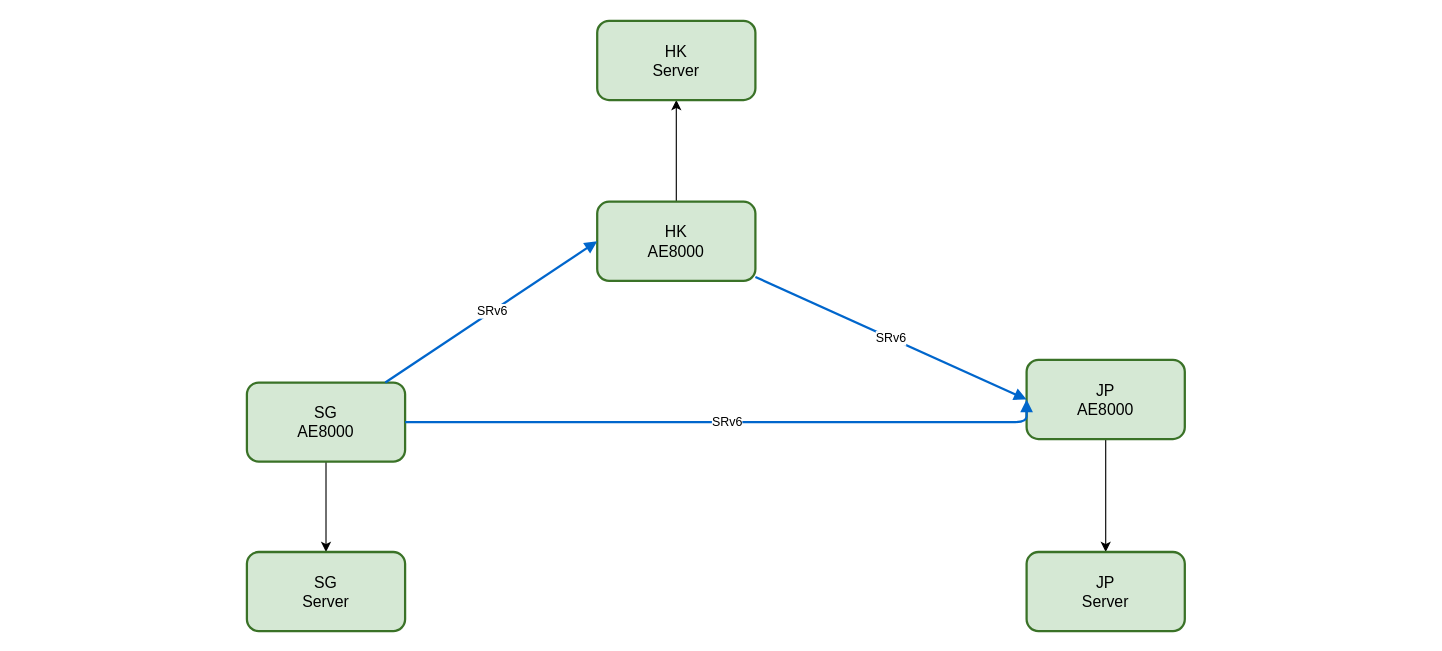
The draw.io diagram page "infra" (1 of 6) of arc.drawio in seansuming/ags-sdn-arc, before the edit. Source tidied: cells renumbered, new cells numbered last; positions are measured from the earlier drawing's top-left corner, leaving out a move shared by most shapes. Both pictures are drawn from the tidied source at 113%, with x=0, y=0 at pixel (246, 20).
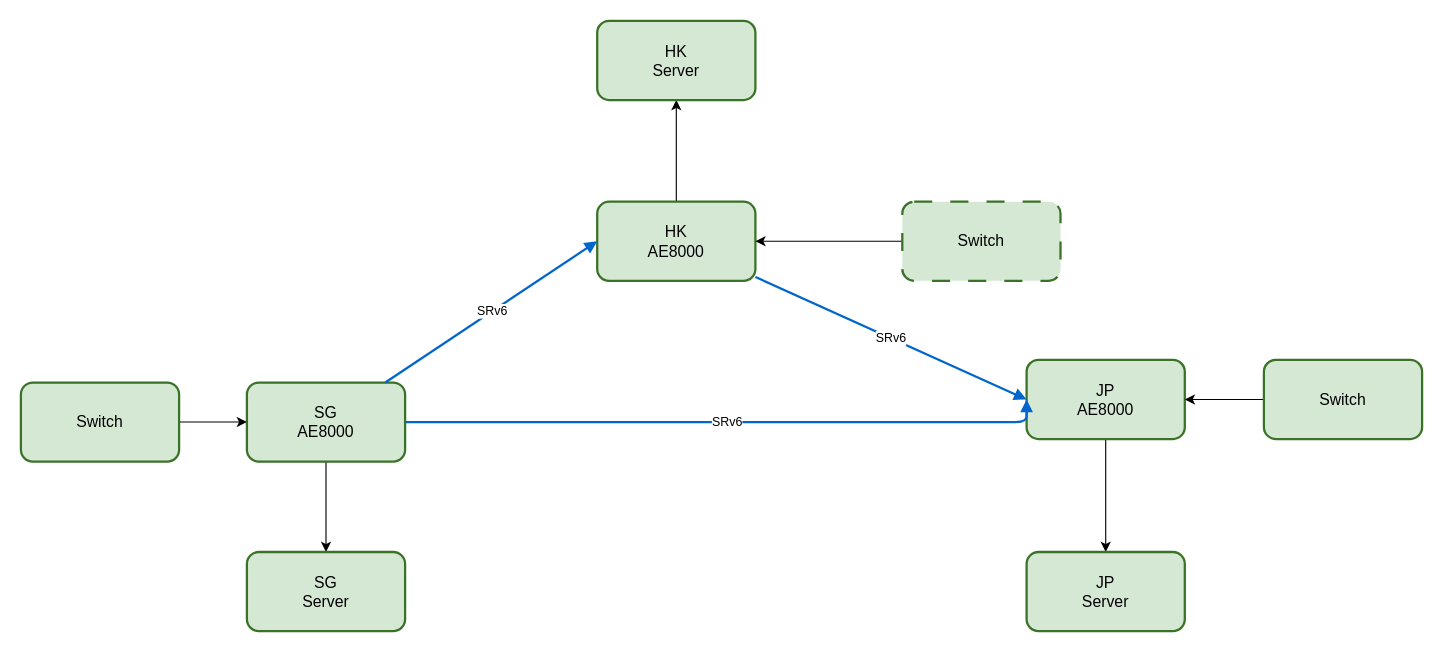
The same page after the edit.

The change refers to these unchanged cells:
```xml
<mxCell id="3" value="SG&lt;br&gt;AE8000" style="rounded=1;whiteSpace=wrap;html=1;fillColor=#d5e8d4;strokeColor=#3a7227;strokeWidth=2;fontSize=14;" parent="1" vertex="1">
  <mxGeometry y="320" width="140" height="70" as="geometry" />
</mxCell>
<mxCell id="5" value="HK&lt;div&gt;AE8000&lt;/div&gt;" style="rounded=1;whiteSpace=wrap;html=1;fillColor=#d5e8d4;strokeColor=#3a7227;strokeWidth=2;fontSize=14;" parent="1" vertex="1">
  <mxGeometry x="310" y="160" width="140" height="70" as="geometry" />
</mxCell>
<mxCell id="7" value="JP&lt;div&gt;AE8000&lt;/div&gt;" style="rounded=1;whiteSpace=wrap;html=1;fillColor=#d5e8d4;strokeColor=#3a7227;strokeWidth=2;fontSize=14;" parent="1" vertex="1">
  <mxGeometry x="690" y="300" width="140" height="70" as="geometry" />
</mxCell>
```

Change to the diagram source:
```diff
@@
+    <mxCell id="14" style="edgeStyle=orthogonalEdgeStyle;rounded=0;jettySize=auto;html=1;" parent="1" edge="1" source="15" target="3">
+      <mxGeometry relative="1" as="geometry" />
+    </mxCell>
+    <mxCell id="15" value="Switch" style="rounded=1;whiteSpace=wrap;html=1;fillColor=#d5e8d4;strokeColor=#3a7227;strokeWidth=2;fontSize=14;" parent="1" vertex="1">
+      <mxGeometry x="-200" y="320" width="140" height="70" as="geometry" />
+    </mxCell>
+    <mxCell id="16" style="edgeStyle=orthogonalEdgeStyle;rounded=0;jettySize=auto;html=1;" parent="1" edge="1" source="17" target="7">
+      <mxGeometry relative="1" as="geometry" />
+    </mxCell>
+    <mxCell id="17" value="Switch" style="rounded=1;whiteSpace=wrap;html=1;fillColor=#d5e8d4;strokeColor=#3a7227;strokeWidth=2;fontSize=14;" parent="1" vertex="1">
+      <mxGeometry x="900" y="300" width="140" height="70" as="geometry" />
+    </mxCell>
+    <mxCell id="18" style="edgeStyle=orthogonalEdgeStyle;rounded=0;jettySize=auto;html=1;" parent="1" edge="1" source="19" target="5">
+      <mxGeometry relative="1" as="geometry" />
+    </mxCell>
+    <mxCell id="19" value="Switch" style="rounded=1;whiteSpace=wrap;html=1;fillColor=#d5e8d4;strokeColor=#3a7227;strokeWidth=2;fontSize=14;dashed=1;dashPattern=8 8;" parent="1" vertex="1">
+      <mxGeometry x="580" y="160" width="140" height="70" as="geometry" />
+    </mxCell>
```
